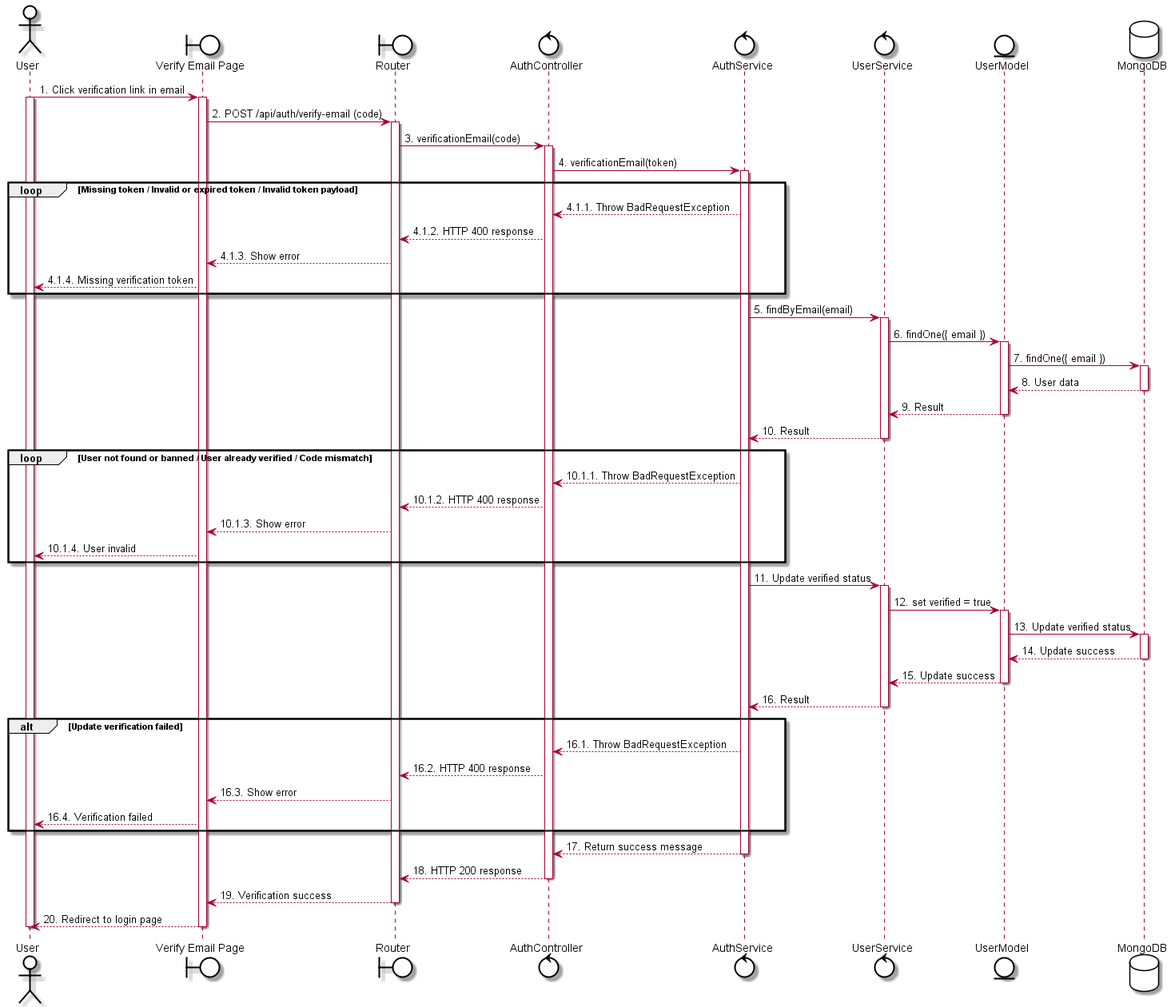
The PlantUML diagram out/uc4 - Verify Email Verification/uc4 - Verify Email Verification.png in LGK1412/sequence_sep490_01, before a commit.
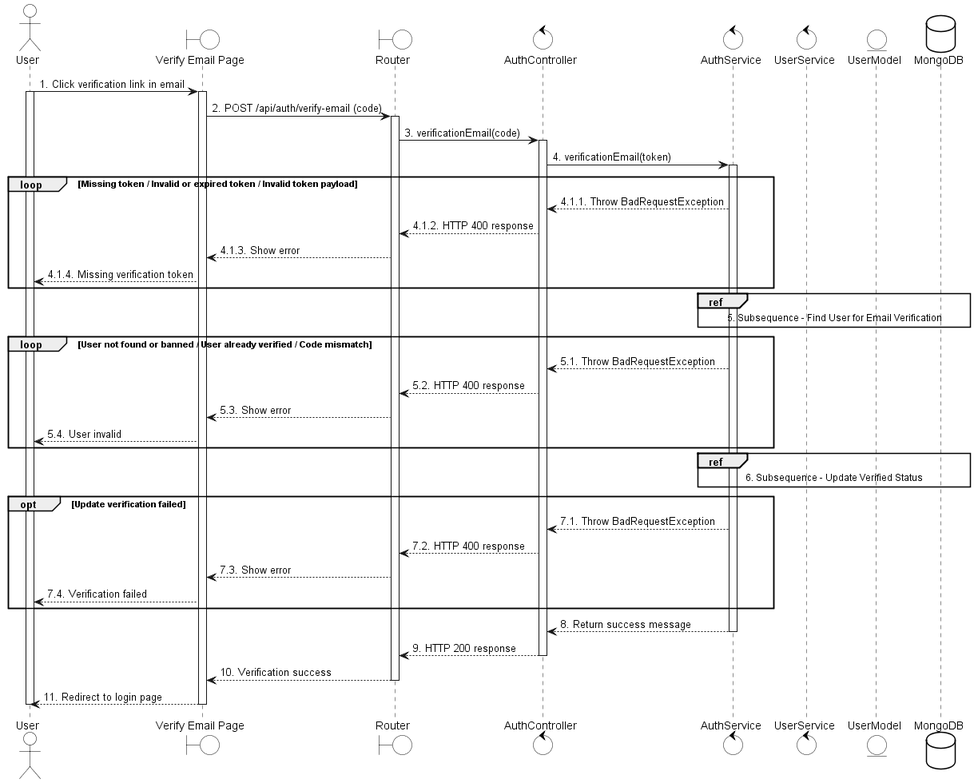
Later version of the same file.

The edit, as a diff of the source:
```diff
@@ -43,57 +43,38 @@
     UI --> User: 4.1.4. Missing verification token
 end
 
-AuthService -> UserService: 5. findByEmail(email)
-activate UserService
-UserService -> UserModel: 6. findOne({ email })
-activate UserModel
-UserModel -> MongoDB: 7. findOne({ email })
-activate MongoDB
-MongoDB --> UserModel: 8. User data
-deactivate MongoDB
-UserModel --> UserService: 9. Result
-deactivate UserModel
-UserService --> AuthService: 10. Result
-deactivate UserService
+ref over AuthService, UserService, UserModel, MongoDB
+    5. Subsequence - Find User for Email Verification
+end ref
 
 loop User not found or banned / User already verified / Code mismatch
-    AuthService --> AuthController: 10.1.1. Throw BadRequestException
-    AuthController --> Router: 10.1.2. HTTP 400 response
-    Router --> UI: 10.1.3. Show error
-    UI --> User: 10.1.4. User invalid
+    AuthService --> AuthController: 5.1. Throw BadRequestException
+    AuthController --> Router: 5.2. HTTP 400 response
+    Router --> UI: 5.3. Show error
+    UI --> User: 5.4. User invalid
 end
 
-AuthService -> UserService: 11. Update verified status
-activate UserService
-UserService -> UserModel: 12. set verified = true
-activate UserModel
-UserModel -> MongoDB: 13. Update verified status
-activate MongoDB
-MongoDB --> UserModel: 14. Update success
-deactivate MongoDB
-UserModel --> UserService: 15. Update success
-deactivate UserModel
+ref over AuthService, UserService, UserModel, MongoDB
+    6. Subsequence - Update Verified Status
+end ref
 
-UserService --> AuthService: 16. Result
-deactivate UserService
-
-alt Update verification failed
-    AuthService --> AuthController: 16.1. Throw BadRequestException
-    AuthController --> Router: 16.2. HTTP 400 response
-    Router --> UI: 16.3. Show error
-    UI --> User: 16.4. Verification failed
+opt Update verification failed
+    AuthService --> AuthController: 7.1. Throw BadRequestException
+    AuthController --> Router: 7.2. HTTP 400 response
+    Router --> UI: 7.3. Show error
+    UI --> User: 7.4. Verification failed
 end
 
-AuthService --> AuthController: 17. Return success message
+AuthService --> AuthController: 8. Return success message
 deactivate AuthService
 
-AuthController --> Router: 18. HTTP 200 response
+AuthController --> Router: 9. HTTP 200 response
 deactivate AuthController
 
-Router --> UI: 19. Verification success
+Router --> UI: 10. Verification success
 deactivate Router
 
-UI --> User: 20. Redirect to login page
+UI --> User: 11. Redirect to login page
 deactivate UI
 deactivate User
 @enduml
```
